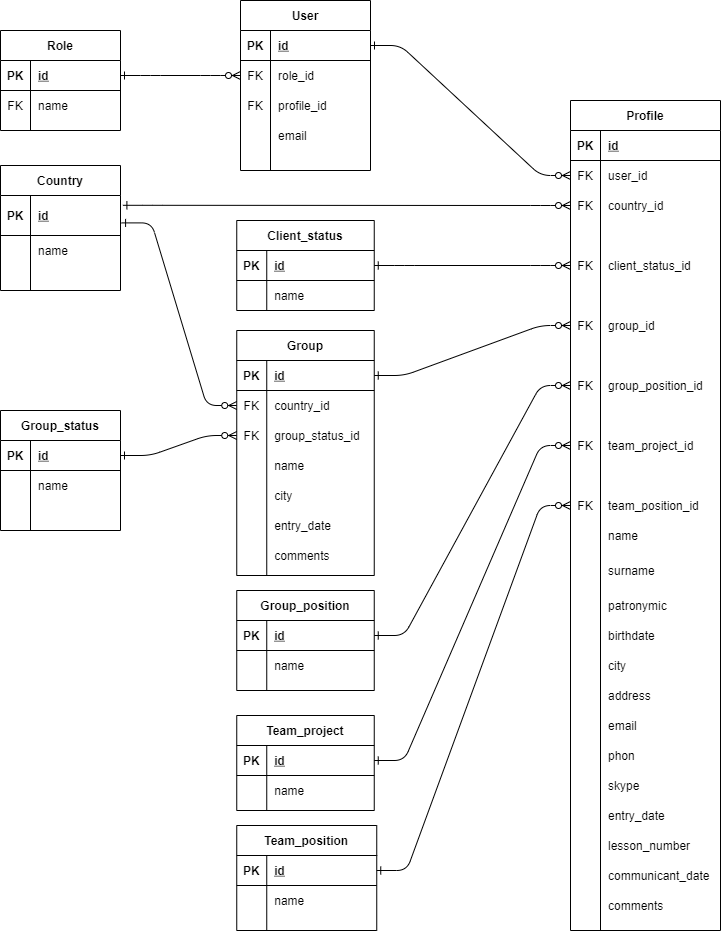
Earlier version of the draw.io export ER_ClientCRM.png (svslight/project_ClientCRM). Source tidied: cells renumbered, new cells last; positions are measured from the earlier drawing's top-left corner, leaving out a move shared by most shapes.
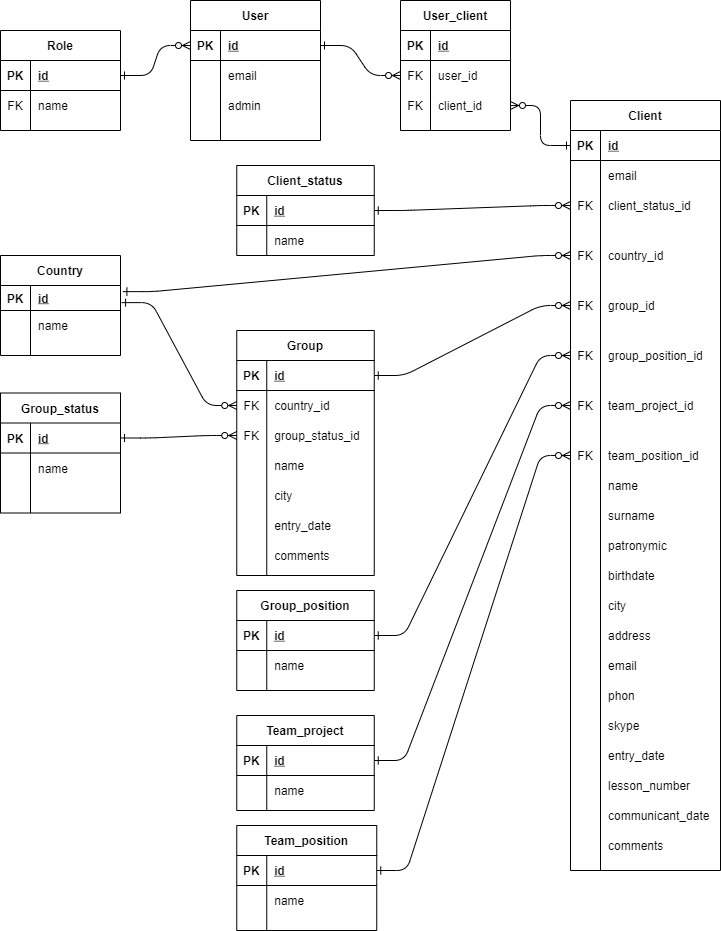
Later version of the same file.

The edit, as a diff of the source:
```diff
@@ -4,4 +4,4 @@
     <mxCell id="1" parent="0" />
-    <mxCell id="2" value="Profile" style="shape=table;startSize=30;rowLines=0;fontStyle=1;align=center;" parent="1" vertex="1">
-      <mxGeometry x="570" y="100" width="150" height="830" as="geometry" />
+    <mxCell id="2" value="Client" style="shape=table;startSize=30;rowLines=0;fontStyle=1;align=center;" parent="1" vertex="1">
+      <mxGeometry x="570" y="100" width="150" height="770" as="geometry" />
     </mxCell>
@@ -19,10 +19,28 @@
     </mxCell>
-    <mxCell id="7" value="FK" style="shape=partialRectangle;overflow=hidden;fillColor=none;top=0;left=0;bottom=0;right=0;" parent="6" vertex="1">
+    <mxCell id="7" style="shape=partialRectangle;overflow=hidden;fillColor=none;top=0;left=0;bottom=0;right=0;" parent="6" vertex="1">
       <mxGeometry width="30" height="30" as="geometry" />
     </mxCell>
-    <mxCell id="8" value="user_id" style="shape=partialRectangle;overflow=hidden;fillColor=none;top=0;left=0;bottom=0;right=0;align=left;spacingLeft=6;" parent="6" vertex="1">
+    <mxCell id="8" value="email" style="shape=partialRectangle;overflow=hidden;fillColor=none;top=0;left=0;bottom=0;right=0;align=left;spacingLeft=6;" parent="6" vertex="1">
       <mxGeometry x="30" width="120" height="30" as="geometry" />
     </mxCell>
+    <mxCell id="15" style="shape=partialRectangle;fillColor=none;points=[[0,0.5],[1,0.5]];portConstraint=eastwest;top=0;left=0;right=0;bottom=0;" parent="2" vertex="1">
+      <mxGeometry y="90" width="150" height="30" as="geometry" />
+    </mxCell>
+    <mxCell id="16" value="FK" style="shape=partialRectangle;overflow=hidden;fillColor=none;top=0;left=0;bottom=0;right=0;" parent="15" vertex="1">
+      <mxGeometry width="30" height="30" as="geometry" />
+    </mxCell>
+    <mxCell id="17" value="client_status_id" style="shape=partialRectangle;overflow=hidden;fillColor=none;top=0;left=0;bottom=0;right=0;align=left;spacingLeft=6;" parent="15" vertex="1">
+      <mxGeometry x="30" width="120" height="30" as="geometry" />
+    </mxCell>
+    <mxCell id="175" style="shape=partialRectangle;fillColor=none;top=0;left=0;right=0;bottom=0;" parent="2" vertex="1">
+      <mxGeometry y="120" width="150" height="20" as="geometry" />
+    </mxCell>
+    <mxCell id="176" style="shape=partialRectangle;overflow=hidden;fillColor=none;top=0;left=0;bottom=0;right=0;" parent="175" vertex="1">
+      <mxGeometry width="30" height="20" as="geometry" />
+    </mxCell>
+    <mxCell id="177" style="shape=partialRectangle;overflow=hidden;fillColor=none;top=0;left=0;bottom=0;right=0;align=left;spacingLeft=6;" parent="175" vertex="1">
+      <mxGeometry x="30" width="120" height="20" as="geometry" />
+    </mxCell>
     <mxCell id="9" style="shape=partialRectangle;fillColor=none;points=[[0,0.5],[1,0.5]];portConstraint=eastwest;top=0;left=0;right=0;bottom=0;" parent="2" vertex="1">
-      <mxGeometry y="90" width="150" height="30" as="geometry" />
+      <mxGeometry y="140" width="150" height="30" as="geometry" />
     </mxCell>
@@ -34,31 +52,13 @@
     </mxCell>
-    <mxCell id="12" style="shape=partialRectangle;fillColor=none;top=0;left=0;right=0;bottom=0;" parent="2" vertex="1">
-      <mxGeometry y="120" width="150" height="30" as="geometry" />
-    </mxCell>
-    <mxCell id="13" style="shape=partialRectangle;overflow=hidden;fillColor=none;top=0;left=0;bottom=0;right=0;" parent="12" vertex="1">
-      <mxGeometry width="30" height="30" as="geometry" />
-    </mxCell>
-    <mxCell id="14" style="shape=partialRectangle;overflow=hidden;fillColor=none;top=0;left=0;bottom=0;right=0;align=left;spacingLeft=6;" parent="12" vertex="1">
-      <mxGeometry x="30" width="120" height="30" as="geometry" />
-    </mxCell>
-    <mxCell id="15" style="shape=partialRectangle;fillColor=none;points=[[0,0.5],[1,0.5]];portConstraint=eastwest;top=0;left=0;right=0;bottom=0;" parent="2" vertex="1">
-      <mxGeometry y="150" width="150" height="30" as="geometry" />
-    </mxCell>
-    <mxCell id="16" value="FK" style="shape=partialRectangle;overflow=hidden;fillColor=none;top=0;left=0;bottom=0;right=0;" parent="15" vertex="1">
-      <mxGeometry width="30" height="30" as="geometry" />
-    </mxCell>
-    <mxCell id="17" value="client_status_id" style="shape=partialRectangle;overflow=hidden;fillColor=none;top=0;left=0;bottom=0;right=0;align=left;spacingLeft=6;" parent="15" vertex="1">
-      <mxGeometry x="30" width="120" height="30" as="geometry" />
-    </mxCell>
     <mxCell id="18" style="shape=partialRectangle;fillColor=none;top=0;left=0;right=0;bottom=0;" parent="2" vertex="1">
-      <mxGeometry y="180" width="150" height="30" as="geometry" />
+      <mxGeometry y="170" width="150" height="20" as="geometry" />
     </mxCell>
     <mxCell id="19" style="shape=partialRectangle;overflow=hidden;fillColor=none;top=0;left=0;bottom=0;right=0;" parent="18" vertex="1">
-      <mxGeometry width="30" height="30" as="geometry" />
+      <mxGeometry width="30" height="20" as="geometry" />
     </mxCell>
     <mxCell id="20" style="shape=partialRectangle;overflow=hidden;fillColor=none;top=0;left=0;bottom=0;right=0;align=left;spacingLeft=6;" parent="18" vertex="1">
-      <mxGeometry x="30" width="120" height="30" as="geometry" />
+      <mxGeometry x="30" width="120" height="20" as="geometry" />
     </mxCell>
     <mxCell id="21" style="shape=partialRectangle;fillColor=none;points=[[0,0.5],[1,0.5]];portConstraint=eastwest;top=0;left=0;right=0;bottom=0;" parent="2" vertex="1">
-      <mxGeometry y="210" width="150" height="30" as="geometry" />
+      <mxGeometry y="190" width="150" height="30" as="geometry" />
     </mxCell>
@@ -71,12 +71,12 @@
     <mxCell id="24" style="shape=partialRectangle;fillColor=none;top=0;left=0;right=0;bottom=0;" parent="2" vertex="1">
-      <mxGeometry y="240" width="150" height="30" as="geometry" />
+      <mxGeometry y="220" width="150" height="20" as="geometry" />
     </mxCell>
     <mxCell id="25" style="shape=partialRectangle;overflow=hidden;fillColor=none;top=0;left=0;bottom=0;right=0;" parent="24" vertex="1">
-      <mxGeometry width="30" height="30" as="geometry" />
+      <mxGeometry width="30" height="20" as="geometry" />
     </mxCell>
     <mxCell id="26" style="shape=partialRectangle;overflow=hidden;fillColor=none;top=0;left=0;bottom=0;right=0;align=left;spacingLeft=6;" parent="24" vertex="1">
-      <mxGeometry x="30" width="120" height="30" as="geometry" />
+      <mxGeometry x="30" width="120" height="20" as="geometry" />
     </mxCell>
     <mxCell id="27" style="shape=partialRectangle;fillColor=none;points=[[0,0.5],[1,0.5]];portConstraint=eastwest;top=0;left=0;right=0;bottom=0;" parent="2" vertex="1">
-      <mxGeometry y="270" width="150" height="30" as="geometry" />
+      <mxGeometry y="240" width="150" height="30" as="geometry" />
     </mxCell>
@@ -89,12 +89,12 @@
     <mxCell id="30" style="shape=partialRectangle;fillColor=none;top=0;left=0;right=0;bottom=0;" parent="2" vertex="1">
-      <mxGeometry y="300" width="150" height="30" as="geometry" />
+      <mxGeometry y="270" width="150" height="20" as="geometry" />
     </mxCell>
     <mxCell id="31" style="shape=partialRectangle;overflow=hidden;fillColor=none;top=0;left=0;bottom=0;right=0;" parent="30" vertex="1">
-      <mxGeometry width="30" height="30" as="geometry" />
+      <mxGeometry width="30" height="20" as="geometry" />
     </mxCell>
     <mxCell id="32" style="shape=partialRectangle;overflow=hidden;fillColor=none;top=0;left=0;bottom=0;right=0;align=left;spacingLeft=6;" parent="30" vertex="1">
-      <mxGeometry x="30" width="120" height="30" as="geometry" />
+      <mxGeometry x="30" width="120" height="20" as="geometry" />
     </mxCell>
     <mxCell id="33" style="shape=partialRectangle;fillColor=none;points=[[0,0.5],[1,0.5]];portConstraint=eastwest;top=0;left=0;right=0;bottom=0;" parent="2" vertex="1">
-      <mxGeometry y="330" width="150" height="30" as="geometry" />
+      <mxGeometry y="290" width="150" height="30" as="geometry" />
     </mxCell>
@@ -107,12 +107,12 @@
     <mxCell id="36" style="shape=partialRectangle;fillColor=none;top=0;left=0;right=0;bottom=0;" parent="2" vertex="1">
-      <mxGeometry y="360" width="150" height="30" as="geometry" />
+      <mxGeometry y="320" width="150" height="20" as="geometry" />
     </mxCell>
     <mxCell id="37" style="shape=partialRectangle;overflow=hidden;fillColor=none;top=0;left=0;bottom=0;right=0;" parent="36" vertex="1">
-      <mxGeometry width="30" height="30" as="geometry" />
+      <mxGeometry width="30" height="20" as="geometry" />
     </mxCell>
     <mxCell id="38" style="shape=partialRectangle;overflow=hidden;fillColor=none;top=0;left=0;bottom=0;right=0;align=left;spacingLeft=6;" parent="36" vertex="1">
-      <mxGeometry x="30" width="120" height="30" as="geometry" />
+      <mxGeometry x="30" width="120" height="20" as="geometry" />
     </mxCell>
     <mxCell id="39" style="shape=partialRectangle;fillColor=none;points=[[0,0.5],[1,0.5]];portConstraint=eastwest;top=0;left=0;right=0;bottom=0;" parent="2" vertex="1">
-      <mxGeometry y="390" width="150" height="30" as="geometry" />
+      <mxGeometry y="340" width="150" height="30" as="geometry" />
     </mxCell>
@@ -125,3 +125,3 @@
     <mxCell id="42" style="shape=partialRectangle;fillColor=none;top=0;left=0;right=0;bottom=0;" parent="2" vertex="1">
-      <mxGeometry y="420" width="150" height="30" as="geometry" />
+      <mxGeometry y="370" width="150" height="30" as="geometry" />
     </mxCell>
@@ -134,12 +134,12 @@
     <mxCell id="45" style="shape=partialRectangle;fillColor=none;top=0;left=0;right=0;bottom=0;" parent="2" vertex="1">
-      <mxGeometry y="450" width="150" height="40" as="geometry" />
+      <mxGeometry y="400" width="150" height="30" as="geometry" />
     </mxCell>
     <mxCell id="46" style="shape=partialRectangle;overflow=hidden;fillColor=none;top=0;left=0;bottom=0;right=0;" parent="45" vertex="1">
-      <mxGeometry width="30" height="40" as="geometry" />
+      <mxGeometry width="30" height="30" as="geometry" />
     </mxCell>
     <mxCell id="47" value="surname" style="shape=partialRectangle;overflow=hidden;fillColor=none;top=0;left=0;bottom=0;right=0;align=left;spacingLeft=6;" parent="45" vertex="1">
-      <mxGeometry x="30" width="120" height="40" as="geometry" />
+      <mxGeometry x="30" width="120" height="30" as="geometry" />
     </mxCell>
     <mxCell id="48" style="shape=partialRectangle;fillColor=none;top=0;left=0;right=0;bottom=0;" parent="2" vertex="1">
-      <mxGeometry y="490" width="150" height="30" as="geometry" />
+      <mxGeometry y="430" width="150" height="30" as="geometry" />
     </mxCell>
@@ -152,3 +152,3 @@
     <mxCell id="51" style="shape=partialRectangle;fillColor=none;top=0;left=0;right=0;bottom=0;" parent="2" vertex="1">
-      <mxGeometry y="520" width="150" height="30" as="geometry" />
+      <mxGeometry y="460" width="150" height="30" as="geometry" />
     </mxCell>
@@ -161,3 +161,3 @@
     <mxCell id="54" style="shape=partialRectangle;fillColor=none;top=0;left=0;right=0;bottom=0;" parent="2" vertex="1">
-      <mxGeometry y="550" width="150" height="30" as="geometry" />
+      <mxGeometry y="490" width="150" height="30" as="geometry" />
     </mxCell>
@@ -170,3 +170,3 @@
     <mxCell id="57" style="shape=partialRectangle;fillColor=none;top=0;left=0;right=0;bottom=0;" parent="2" vertex="1">
-      <mxGeometry y="580" width="150" height="30" as="geometry" />
+      <mxGeometry y="520" width="150" height="30" as="geometry" />
     </mxCell>
@@ -179,3 +179,3 @@
     <mxCell id="60" style="shape=partialRectangle;fillColor=none;top=0;left=0;right=0;bottom=0;" parent="2" vertex="1">
-      <mxGeometry y="610" width="150" height="30" as="geometry" />
+      <mxGeometry y="550" width="150" height="30" as="geometry" />
     </mxCell>
@@ -188,3 +188,3 @@
     <mxCell id="63" style="shape=partialRectangle;fillColor=none;top=0;left=0;right=0;bottom=0;" parent="2" vertex="1">
-      <mxGeometry y="640" width="150" height="30" as="geometry" />
+      <mxGeometry y="580" width="150" height="30" as="geometry" />
     </mxCell>
@@ -197,3 +197,3 @@
     <mxCell id="66" style="shape=partialRectangle;fillColor=none;top=0;left=0;right=0;bottom=0;" parent="2" vertex="1">
-      <mxGeometry y="670" width="150" height="30" as="geometry" />
+      <mxGeometry y="610" width="150" height="30" as="geometry" />
     </mxCell>
@@ -206,3 +206,3 @@
     <mxCell id="69" style="shape=partialRectangle;fillColor=none;top=0;left=0;right=0;bottom=0;" parent="2" vertex="1">
-      <mxGeometry y="700" width="150" height="30" as="geometry" />
+      <mxGeometry y="640" width="150" height="30" as="geometry" />
     </mxCell>
@@ -215,3 +215,3 @@
     <mxCell id="72" style="shape=partialRectangle;fillColor=none;top=0;left=0;right=0;bottom=0;" parent="2" vertex="1">
-      <mxGeometry y="730" width="150" height="30" as="geometry" />
+      <mxGeometry y="670" width="150" height="30" as="geometry" />
     </mxCell>
@@ -224,3 +224,3 @@
     <mxCell id="75" style="shape=partialRectangle;fillColor=none;top=0;left=0;right=0;bottom=0;" parent="2" vertex="1">
-      <mxGeometry y="760" width="150" height="30" as="geometry" />
+      <mxGeometry y="700" width="150" height="30" as="geometry" />
     </mxCell>
@@ -233,3 +233,3 @@
     <mxCell id="78" style="shape=partialRectangle;fillColor=none;top=0;left=0;right=0;bottom=0;" parent="2" vertex="1">
-      <mxGeometry y="790" width="150" height="30" as="geometry" />
+      <mxGeometry y="730" width="150" height="30" as="geometry" />
     </mxCell>
@@ -242,3 +242,3 @@
     <mxCell id="81" value="User" style="shape=table;startSize=30;rowLines=0;fontStyle=1;align=center;" parent="1" vertex="1">
-      <mxGeometry x="240" width="130" height="170" as="geometry" />
+      <mxGeometry x="190" width="130" height="140" as="geometry" />
     </mxCell>
@@ -253,22 +253,4 @@
     </mxCell>
-    <mxCell id="85" style="shape=partialRectangle;fillColor=none;points=[[0,0.5],[1,0.5]];portConstraint=eastwest;top=0;left=0;right=0;bottom=0;" parent="81" vertex="1">
-      <mxGeometry y="60" width="130" height="30" as="geometry" />
-    </mxCell>
-    <mxCell id="86" value="FK" style="shape=partialRectangle;overflow=hidden;fillColor=none;top=0;left=0;bottom=0;right=0;" parent="85" vertex="1">
-      <mxGeometry width="30" height="30" as="geometry" />
-    </mxCell>
-    <mxCell id="87" value="role_id " style="shape=partialRectangle;overflow=hidden;fillColor=none;top=0;left=0;bottom=0;right=0;align=left;spacingLeft=6;" parent="85" vertex="1">
-      <mxGeometry x="30" width="100" height="30" as="geometry" />
-    </mxCell>
-    <mxCell id="88" style="shape=partialRectangle;fillColor=none;top=0;left=0;right=0;bottom=0;" parent="81" vertex="1">
-      <mxGeometry y="90" width="130" height="30" as="geometry" />
-    </mxCell>
-    <mxCell id="89" value="FK" style="shape=partialRectangle;overflow=hidden;fillColor=none;top=0;left=0;bottom=0;right=0;" parent="88" vertex="1">
-      <mxGeometry width="30" height="30" as="geometry" />
-    </mxCell>
-    <mxCell id="90" value="profile_id" style="shape=partialRectangle;overflow=hidden;fillColor=none;top=0;left=0;bottom=0;right=0;align=left;spacingLeft=6;" parent="88" vertex="1">
-      <mxGeometry x="30" width="100" height="30" as="geometry" />
-    </mxCell>
     <mxCell id="91" style="shape=partialRectangle;fillColor=none;top=0;left=0;right=0;bottom=0;" parent="81" vertex="1">
-      <mxGeometry y="120" width="130" height="30" as="geometry" />
+      <mxGeometry y="60" width="130" height="30" as="geometry" />
     </mxCell>
@@ -280,4 +262,13 @@
     </mxCell>
+    <mxCell id="88" style="shape=partialRectangle;fillColor=none;top=0;left=0;right=0;bottom=0;" parent="81" vertex="1">
+      <mxGeometry y="90" width="130" height="30" as="geometry" />
+    </mxCell>
+    <mxCell id="13" style="shape=partialRectangle;overflow=hidden;fillColor=none;top=0;left=0;bottom=0;right=0;" parent="88" vertex="1">
+      <mxGeometry width="30" height="30" as="geometry" />
+    </mxCell>
+    <mxCell id="178" value="admin" style="shape=partialRectangle;overflow=hidden;fillColor=none;top=0;left=0;bottom=0;right=0;align=left;spacingLeft=6;" parent="88" vertex="1">
+      <mxGeometry x="30" width="100" height="30" as="geometry" />
+    </mxCell>
     <mxCell id="94" value="Client_status" style="shape=table;startSize=30;rowLines=0;fontStyle=1;align=center;" parent="1" vertex="1">
-      <mxGeometry x="236.2" y="220" width="137.5" height="90" as="geometry" />
+      <mxGeometry x="236.2" y="165" width="137.5" height="90" as="geometry" />
     </mxCell>
@@ -371,15 +362,15 @@
     <mxCell id="124" value="Country" style="shape=table;startSize=30;rowLines=0;fontStyle=1;align=center;" parent="1" vertex="1">
-      <mxGeometry y="165" width="120" height="125" as="geometry" />
+      <mxGeometry y="255" width="120" height="100" as="geometry" />
     </mxCell>
     <mxCell id="125" style="shape=partialRectangle;fillColor=none;points=[[0,0.5],[1,0.5]];portConstraint=eastwest;top=0;left=0;right=0;bottom=1;" parent="124" vertex="1">
-      <mxGeometry y="30" width="120" height="40" as="geometry" />
+      <mxGeometry y="30" width="120" height="25" as="geometry" />
     </mxCell>
     <mxCell id="126" value="PK" style="shape=partialRectangle;overflow=hidden;fillColor=none;top=0;left=0;bottom=0;right=0;fontStyle=1;" parent="125" vertex="1">
-      <mxGeometry width="30" height="40" as="geometry" />
+      <mxGeometry width="30" height="25" as="geometry" />
     </mxCell>
     <mxCell id="127" value="id" style="shape=partialRectangle;overflow=hidden;fillColor=none;top=0;left=0;bottom=0;right=0;align=left;spacingLeft=6;fontStyle=5;" parent="125" vertex="1">
-      <mxGeometry x="30" width="90" height="40" as="geometry" />
+      <mxGeometry x="30" width="90" height="25" as="geometry" />
     </mxCell>
     <mxCell id="128" style="shape=partialRectangle;fillColor=none;top=0;left=0;right=0;bottom=0;" parent="124" vertex="1">
-      <mxGeometry y="70" width="120" height="30" as="geometry" />
+      <mxGeometry y="55" width="120" height="30" as="geometry" />
     </mxCell>
@@ -413,3 +404,3 @@
     <mxCell id="138" value="Group_status" style="shape=table;startSize=30;rowLines=0;fontStyle=1;align=center;" parent="1" vertex="1">
-      <mxGeometry y="410" width="120" height="120" as="geometry" />
+      <mxGeometry y="392.5" width="120" height="120" as="geometry" />
     </mxCell>
@@ -496,3 +487,3 @@
     </mxCell>
-    <mxCell id="166" style="edgeStyle=entityRelationEdgeStyle;endArrow=ERzeroToMany;startArrow=ERone;endFill=1;startFill=0;entryX=0;entryY=0.5;entryDx=0;entryDy=0;exitX=1;exitY=0.5;exitDx=0;exitDy=0;" parent="1" edge="1" source="160" target="85">
+    <mxCell id="166" style="edgeStyle=entityRelationEdgeStyle;endArrow=ERzeroToMany;startArrow=ERone;endFill=1;startFill=0;entryX=0;entryY=0.5;entryDx=0;entryDy=0;exitX=1;exitY=0.5;exitDx=0;exitDy=0;" parent="1" edge="1" source="160" target="x">
       <mxGeometry relative="1" as="geometry" />
@@ -520,5 +511,41 @@
     </mxCell>
-    <mxCell id="174" style="edgeStyle=entityRelationEdgeStyle;endArrow=ERzeroToMany;startArrow=ERone;endFill=1;startFill=0;exitX=1;exitY=0.5;exitDx=0;exitDy=0;entryX=0;entryY=0.5;entryDx=0;entryDy=0;" parent="1" edge="1" source="82" target="6">
+    <mxCell id="174" style="edgeStyle=entityRelationEdgeStyle;endArrow=ERzeroToMany;startArrow=ERone;endFill=1;startFill=0;exitX=1;exitY=0.5;exitDx=0;exitDy=0;entryX=0;entryY=0.5;entryDx=0;entryDy=0;" parent="1" edge="1" source="82" target="183">
       <mxGeometry relative="1" as="geometry" />
     </mxCell>
+    <mxCell id="179" value="User_client" style="shape=table;startSize=30;rowLines=0;fontStyle=1;align=center;" parent="1" vertex="1">
+      <mxGeometry x="400" width="110" height="130" as="geometry" />
+    </mxCell>
+    <mxCell id="180" style="shape=partialRectangle;fillColor=none;top=0;left=0;bottom=1;right=0;" parent="179" vertex="1">
+      <mxGeometry y="30" width="110" height="30" as="geometry" />
+    </mxCell>
+    <mxCell id="181" value="PK" style="shape=partialRectangle;fillColor=none;top=0;left=0;bottom=0;right=0;fontStyle=1;overflow=hidden;" parent="180" vertex="1">
+      <mxGeometry width="30" height="30" as="geometry" />
+    </mxCell>
+    <mxCell id="182" value="id" style="shape=partialRectangle;fillColor=none;top=0;left=0;bottom=0;right=0;align=left;spacingLeft=6;fontStyle=5;overflow=hidden;" parent="180" vertex="1">
+      <mxGeometry x="30" width="80" height="30" as="geometry" />
+    </mxCell>
+    <mxCell id="183" style="shape=partialRectangle;fillColor=none;top=0;left=0;bottom=0;right=0;points=[[0,0.5],[1,0.5]];portConstraint=eastwest;" parent="179" vertex="1">
+      <mxGeometry y="60" width="110" height="30" as="geometry" />
+    </mxCell>
+    <mxCell id="184" value="FK" style="shape=partialRectangle;fillColor=none;top=0;left=0;bottom=0;right=0;overflow=hidden;" parent="183" vertex="1">
+      <mxGeometry width="30" height="30" as="geometry" />
+    </mxCell>
+    <mxCell id="185" value="user_id" style="shape=partialRectangle;fillColor=none;top=0;left=0;bottom=0;right=0;align=left;spacingLeft=6;overflow=hidden;" parent="183" vertex="1">
+      <mxGeometry x="30" width="80" height="30" as="geometry" />
+    </mxCell>
+    <mxCell id="186" style="shape=partialRectangle;fillColor=none;top=0;left=0;bottom=0;right=0;points=[[0,0.5],[1,0.5]];portConstraint=eastwest;" parent="179" vertex="1">
+      <mxGeometry y="90" width="110" height="30" as="geometry" />
+    </mxCell>
+    <mxCell id="187" value="FK" style="shape=partialRectangle;fillColor=none;top=0;left=0;bottom=0;right=0;overflow=hidden;" parent="186" vertex="1">
+      <mxGeometry width="30" height="30" as="geometry" />
+    </mxCell>
+    <mxCell id="188" value="client_id" style="shape=partialRectangle;fillColor=none;top=0;left=0;bottom=0;right=0;align=left;spacingLeft=6;overflow=hidden;" parent="186" vertex="1">
+      <mxGeometry x="30" width="80" height="30" as="geometry" />
+    </mxCell>
+    <mxCell id="189" style="edgeStyle=entityRelationEdgeStyle;endArrow=ERzeroToMany;startArrow=ERone;endFill=1;startFill=0;entryX=1;entryY=0.5;entryDx=0;entryDy=0;" parent="1" edge="1" source="3" target="186">
+      <mxGeometry relative="1" as="geometry" />
+    </mxCell>
+    <mxCell id="190" style="edgeStyle=entityRelationEdgeStyle;endArrow=ERzeroToMany;startArrow=ERone;endFill=1;startFill=0;exitX=1;exitY=0.5;exitDx=0;exitDy=0;entryX=0;entryY=0.5;entryDx=0;entryDy=0;" parent="1" edge="1" source="160" target="82">
+      <mxGeometry relative="1" as="geometry" />
+    </mxCell>
   </root>
```
